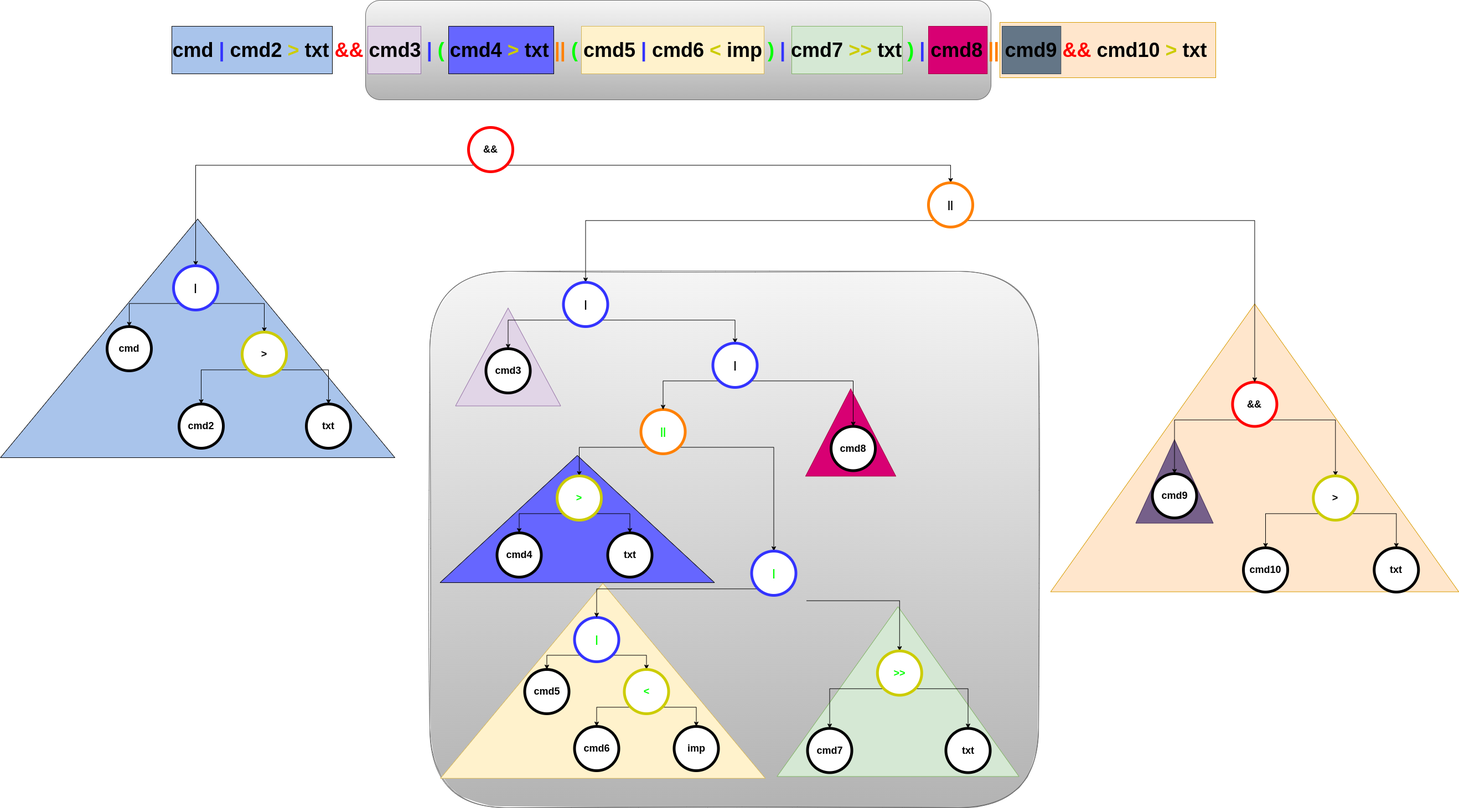
loundor/minishell keeps this draw.io diagram as img/bt.png. Above is the earlier version. Source tidied: cells renumbered, new cells last; positions are measured from the earlier drawing's top-left corner, leaving out a move shared by most shapes.
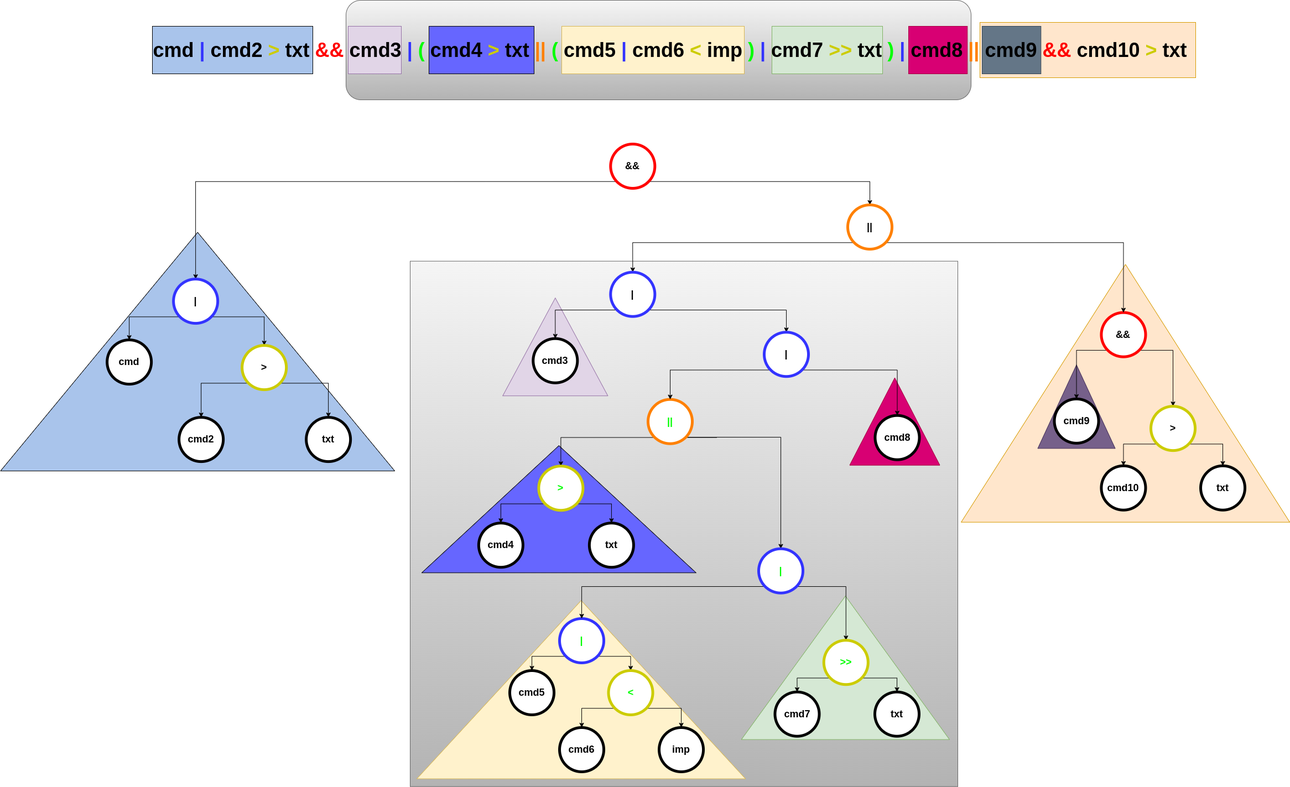
The same file after the commit.

Diff of the diagram source:
```diff
@@ -5,54 +5,54 @@
     <mxCell id="2" style="triangle;whiteSpace=wrap;html=1;fontSize=36;strokeColor=#d79b00;strokeWidth=1;fillColor=#ffe6cc;rotation=-90;rounded=0;sketch=0;" parent="1" vertex="1">
-      <mxGeometry x="1865.2" y="440.7" width="520.5" height="737.4" as="geometry" />
+      <mxGeometry x="1805" y="373.6" width="466.2" height="594" as="geometry" />
     </mxCell>
     <mxCell id="3" style="rounded=0;whiteSpace=wrap;html=1;fontSize=36;strokeColor=#d79b00;strokeWidth=1;fillColor=#ffe6cc;" parent="1" vertex="1">
-      <mxGeometry x="1665" y="40" width="390" height="100" as="geometry" />
+      <mxGeometry x="1775" width="390" height="100" as="geometry" />
     </mxCell>
     <mxCell id="4" style="rounded=1;whiteSpace=wrap;html=1;fontSize=36;strokeColor=#666666;strokeWidth=1;fillColor=#f5f5f5;gradientColor=#b3b3b3;" parent="1" vertex="1">
-      <mxGeometry x="519" width="1130" height="180" as="geometry" />
+      <mxGeometry x="629" y="-40" width="1130" height="180" as="geometry" />
     </mxCell>
-    <mxCell id="5" style="rounded=1;whiteSpace=wrap;html=1;fontSize=36;strokeColor=#666666;strokeWidth=1;fillColor=#f5f5f5;gradientColor=#b3b3b3;glass=0;shadow=0;sketch=1;" parent="1" vertex="1">
-      <mxGeometry x="635" y="490" width="1100" height="970" as="geometry" />
+    <mxCell id="5" style="rounded=0;whiteSpace=wrap;html=1;fontSize=36;strokeColor=#666666;strokeWidth=1;fillColor=#f5f5f5;gradientColor=#b3b3b3;glass=0;shadow=0;sketch=0;" parent="1" vertex="1">
+      <mxGeometry x="745" y="431.7" width="990" height="950" as="geometry" />
     </mxCell>
     <mxCell id="6" style="triangle;whiteSpace=wrap;html=1;fontSize=36;fontColor=#ffffff;strokeColor=#432D57;strokeWidth=1;fillColor=#76608a;rotation=-90;" parent="1" vertex="1">
-      <mxGeometry x="1905" y="800" width="151" height="140" as="geometry" />
+      <mxGeometry x="1874" y="624.9" width="151" height="140" as="geometry" />
     </mxCell>
     <mxCell id="7" style="rounded=0;whiteSpace=wrap;html=1;fontSize=36;fontColor=#ffffff;strokeColor=#314354;strokeWidth=1;fillColor=#647687;" parent="1" vertex="1">
-      <mxGeometry x="1669" y="47" width="106.3" height="86" as="geometry" />
+      <mxGeometry x="1779" y="7" width="106.3" height="86" as="geometry" />
     </mxCell>
     <mxCell id="8" style="triangle;whiteSpace=wrap;html=1;fontSize=36;fontColor=#ffffff;strokeColor=#A50040;strokeWidth=1;fillColor=#d80073;rotation=-90;" parent="1" vertex="1">
-      <mxGeometry x="1316.5" y="700" width="158" height="163" as="geometry" />
+      <mxGeometry x="1542" y="640.2" width="158" height="163" as="geometry" />
     </mxCell>
     <mxCell id="9" style="rounded=0;whiteSpace=wrap;html=1;fontSize=36;strokeColor=#82b366;strokeWidth=1;fillColor=#d5e8d4;" parent="1" vertex="1">
-      <mxGeometry x="1289" y="47" width="200" height="86" as="geometry" />
+      <mxGeometry x="1399" y="7" width="200" height="86" as="geometry" />
     </mxCell>
     <mxCell id="10" style="triangle;whiteSpace=wrap;html=1;fontSize=36;strokeColor=#82b366;strokeWidth=1;fillColor=#d5e8d4;rotation=-90;" parent="1" vertex="1">
-      <mxGeometry x="1327.4" y="1031.4" width="307.1" height="437.1" as="geometry" />
+      <mxGeometry x="1402.1" y="978.8" width="259.5" height="376.2" as="geometry" />
     </mxCell>
     <mxCell id="11" style="rounded=0;whiteSpace=wrap;html=1;fontSize=36;strokeColor=#d6b656;strokeWidth=1;fillColor=#fff2cc;" parent="1" vertex="1">
-      <mxGeometry x="909" y="47" width="330" height="86" as="geometry" />
+      <mxGeometry x="1019" y="7" width="330" height="86" as="geometry" />
     </mxCell>
     <mxCell id="12" style="triangle;whiteSpace=wrap;html=1;fontSize=36;strokeColor=#d6b656;strokeWidth=1;fillColor=#fff2cc;rotation=-90;" parent="1" vertex="1">
-      <mxGeometry x="771.5" y="937.1" width="352.6" height="586.9" as="geometry" />
+      <mxGeometry x="893" y="909.4" width="322.3" height="594.3" as="geometry" />
     </mxCell>
     <mxCell id="13" style="rounded=0;whiteSpace=wrap;html=1;fontSize=36;strokeColor=#9673a6;strokeWidth=1;fillColor=#e1d5e7;" parent="1" vertex="1">
-      <mxGeometry x="523" y="47" width="96" height="86" as="geometry" />
+      <mxGeometry x="633" y="7" width="96" height="86" as="geometry" />
     </mxCell>
     <mxCell id="14" style="triangle;whiteSpace=wrap;html=1;fontSize=36;strokeColor=#9673a6;strokeWidth=1;fillColor=#e1d5e7;rotation=-90;" parent="1" vertex="1">
-      <mxGeometry x="688" y="550" width="177" height="190" as="geometry" />
+      <mxGeometry x="918.8" y="491.7" width="177" height="190" as="geometry" />
     </mxCell>
     <mxCell id="15" style="rounded=0;whiteSpace=wrap;html=1;fontSize=36;fontColor=#00FF00;strokeColor=#000000;strokeWidth=1;fillColor=#6666FF;" parent="1" vertex="1">
-      <mxGeometry x="669" y="47" width="190" height="86" as="geometry" />
+      <mxGeometry x="779" y="7" width="190" height="86" as="geometry" />
     </mxCell>
     <mxCell id="16" style="triangle;whiteSpace=wrap;html=1;fontSize=36;fontColor=#00FF00;strokeColor=#000000;strokeWidth=1;fillColor=#6666FF;rotation=-90;" parent="1" vertex="1">
-      <mxGeometry x="786.5" y="690" width="230" height="496" as="geometry" />
+      <mxGeometry x="898.9" y="632.2" width="230" height="496" as="geometry" />
     </mxCell>
     <mxCell id="17" style="triangle;whiteSpace=wrap;html=1;fontSize=36;fontColor=#00FF00;strokeColor=#000000;strokeWidth=1;fillColor=#A9C4EB;rotation=-90;" parent="1" vertex="1">
-      <mxGeometry x="-0.1" y="254.9" width="431.5" height="712.8" as="geometry" />
+      <mxGeometry x="145" y="239" width="431.5" height="712.8" as="geometry" />
     </mxCell>
     <mxCell id="18" style="rounded=0;whiteSpace=wrap;html=1;fontSize=36;fontColor=#ffffff;strokeColor=#A50040;strokeWidth=1;fillColor=#d80073;" parent="1" vertex="1">
-      <mxGeometry x="1536" y="47" width="106.3" height="86" as="geometry" />
+      <mxGeometry x="1646" y="7" width="106.3" height="86" as="geometry" />
     </mxCell>
     <mxCell id="19" style="rounded=0;whiteSpace=wrap;html=1;fontSize=36;fontColor=#00FF00;strokeColor=#000000;strokeWidth=1;fillColor=#A9C4EB;" parent="1" vertex="1">
-      <mxGeometry x="169" y="47" width="290" height="86" as="geometry" />
+      <mxGeometry x="279" y="7" width="290" height="86" as="geometry" />
     </mxCell>
@@ -65,6 +65,6 @@
     <mxCell id="22" value="&lt;font style=&quot;font-size: 18px;&quot;&gt;&lt;b&gt;&amp;amp;&amp;amp;&lt;/b&gt;&lt;/font&gt;" style="ellipse;whiteSpace=wrap;html=1;strokeWidth=5;strokeColor=#FF0000;" parent="1" vertex="1">
-      <mxGeometry x="705" y="230" width="80" height="80" as="geometry" />
+      <mxGeometry x="1107.3" y="220" width="80" height="80" as="geometry" />
     </mxCell>
     <mxCell id="23" value="&lt;b&gt;&lt;font style=&quot;font-size: 36px;&quot;&gt;cmd &lt;font style=&quot;&quot; color=&quot;#3333ff&quot;&gt;|&lt;/font&gt; cmd2 &lt;font style=&quot;&quot; color=&quot;#cccc00&quot;&gt;&amp;gt;&lt;/font&gt; txt &lt;font style=&quot;&quot; color=&quot;#ff0000&quot;&gt;&amp;amp;&amp;amp;&lt;/font&gt; cmd3 &lt;font style=&quot;&quot; color=&quot;#3333ff&quot;&gt;|&lt;/font&gt; &lt;font style=&quot;&quot; color=&quot;#00ff00&quot;&gt;(&lt;/font&gt; cmd4 &lt;font style=&quot;&quot; color=&quot;#cccc00&quot;&gt;&amp;gt;&lt;/font&gt; txt &lt;font style=&quot;&quot; color=&quot;#ff8000&quot;&gt;||&lt;/font&gt; &lt;font style=&quot;&quot; color=&quot;#00ff00&quot;&gt;(&amp;nbsp;&lt;/font&gt;cmd5 &lt;font style=&quot;&quot; color=&quot;#3333ff&quot;&gt;|&lt;/font&gt; cmd6 &lt;font style=&quot;&quot; color=&quot;#cccc00&quot;&gt;&amp;lt;&lt;/font&gt; imp &lt;font style=&quot;&quot; color=&quot;#00ff00&quot;&gt;)&lt;/font&gt; &lt;font style=&quot;&quot; color=&quot;#3333ff&quot;&gt;|&lt;/font&gt; cmd7 &lt;font style=&quot;&quot; color=&quot;#cccc00&quot;&gt;&amp;gt;&amp;gt;&lt;/font&gt; txt&amp;nbsp;&lt;font style=&quot;&quot; color=&quot;#00ff00&quot;&gt;)&lt;/font&gt; &lt;font style=&quot;&quot; color=&quot;#3333ff&quot;&gt;|&lt;/font&gt; cmd8 &lt;font style=&quot;&quot; color=&quot;#ff8000&quot;&gt;||&lt;/font&gt; cmd9 &lt;font style=&quot;&quot; color=&quot;#ff0000&quot;&gt;&amp;amp;&amp;amp;&lt;/font&gt; cmd10 &lt;font style=&quot;&quot; color=&quot;#cccc00&quot;&gt;&amp;gt;&lt;/font&gt; txt&lt;/font&gt;&lt;/b&gt;" style="text;html=1;strokeColor=none;fillColor=none;align=center;verticalAlign=middle;whiteSpace=wrap;rounded=0;" parent="1" vertex="1">
-      <mxGeometry x="105" y="60" width="2000" height="60" as="geometry" />
+      <mxGeometry x="215" y="20" width="2000" height="60" as="geometry" />
     </mxCell>
@@ -77,3 +77,3 @@
     <mxCell id="26" value="&lt;font style=&quot;font-size: 18px;&quot;&gt;&lt;b&gt;&amp;amp;&amp;amp;&lt;/b&gt;&lt;/font&gt;" style="ellipse;whiteSpace=wrap;html=1;strokeWidth=5;strokeColor=#FF0000;" parent="1" vertex="1">
-      <mxGeometry x="2085.4" y="690.5" width="80" height="80" as="geometry" />
+      <mxGeometry x="1994.4" y="524.6" width="80" height="80" as="geometry" />
     </mxCell>
@@ -82,7 +82,9 @@
     </mxCell>
-    <mxCell id="28" style="edgeStyle=orthogonalEdgeStyle;rounded=0;jettySize=auto;html=1;exitX=0;exitY=1;exitDx=0;exitDy=0;entryX=0.5;entryY=0;entryDx=0;entryDy=0;" parent="1" edge="1" source="29" target="50">
-      <mxGeometry relative="1" as="geometry" />
+    <mxCell id="28" style="edgeStyle=orthogonalEdgeStyle;rounded=0;jettySize=auto;html=1;exitX=0;exitY=1;exitDx=0;exitDy=0;entryX=0.5;entryY=0;entryDx=0;entryDy=0;" parent="1" edge="1" target="50">
+      <mxGeometry relative="1" as="geometry">
+        <mxPoint x="1299.1" y="750.5" as="sourcePoint" />
+      </mxGeometry>
     </mxCell>
     <mxCell id="29" value="&lt;font color=&quot;#00ff00&quot; style=&quot;font-size: 18px;&quot;&gt;&lt;b&gt;||&lt;/b&gt;&lt;/font&gt;" style="ellipse;whiteSpace=wrap;html=1;strokeColor=#FF8000;strokeWidth=5;" parent="1" vertex="1">
-      <mxGeometry x="1016.5" y="740" width="80" height="80" as="geometry" />
+      <mxGeometry x="1175" y="681.7" width="80" height="80" as="geometry" />
     </mxCell>
@@ -104,3 +106,3 @@
     <mxCell id="35" value="&lt;font style=&quot;font-size: 18px;&quot;&gt;&lt;b&gt;&lt;font color=&quot;#00ff00&quot;&gt;|&lt;/font&gt;&lt;br&gt;&lt;/b&gt;&lt;/font&gt;" style="ellipse;whiteSpace=wrap;html=1;strokeColor=#3333FF;strokeWidth=5;" parent="1" vertex="1">
-      <mxGeometry x="896.5" y="1116" width="80" height="80" as="geometry" />
+      <mxGeometry x="1015" y="1078" width="80" height="80" as="geometry" />
     </mxCell>
@@ -109,9 +111,7 @@
     </mxCell>
-    <mxCell id="37" style="edgeStyle=orthogonalEdgeStyle;rounded=0;jettySize=auto;html=1;exitX=1;exitY=1;exitDx=0;exitDy=0;" parent="1" edge="1" target="62">
-      <mxGeometry relative="1" as="geometry">
-        <mxPoint x="1315.8" y="1085.7" as="sourcePoint" />
-      </mxGeometry>
-    </mxCell>
+    <mxCell id="78" style="edgeStyle=orthogonalEdgeStyle;rounded=0;jettySize=auto;html=1;exitX=1;exitY=1;exitDx=0;exitDy=0;entryX=0.5;entryY=0;entryDx=0;entryDy=0;" parent="1" edge="1" source="38" target="62">
+      <mxGeometry relative="1" as="geometry" />
+    </mxCell>
     <mxCell id="38" value="&lt;font style=&quot;font-size: 18px;&quot;&gt;&lt;b&gt;&lt;font color=&quot;#00ff00&quot;&gt;|&lt;/font&gt;&lt;br&gt;&lt;/b&gt;&lt;/font&gt;" style="ellipse;whiteSpace=wrap;html=1;strokeColor=#3333FF;strokeWidth=5;" parent="1" vertex="1">
-      <mxGeometry x="1216.5" y="996" width="80" height="80" as="geometry" />
+      <mxGeometry x="1375" y="951.7" width="80" height="80" as="geometry" />
     </mxCell>
@@ -124,3 +124,3 @@
     <mxCell id="41" value="&lt;font style=&quot;font-size: 18px;&quot;&gt;&lt;b&gt;|&lt;br&gt;&lt;/b&gt;&lt;/font&gt;" style="ellipse;whiteSpace=wrap;html=1;strokeColor=#3333FF;strokeWidth=5;" parent="1" vertex="1">
-      <mxGeometry x="172" y="480" width="80" height="80" as="geometry" />
+      <mxGeometry x="317.1" y="464.1" width="80" height="80" as="geometry" />
     </mxCell>
@@ -133,3 +133,3 @@
     <mxCell id="44" value="&lt;font style=&quot;font-size: 18px;&quot;&gt;&lt;b&gt;|&lt;br&gt;&lt;/b&gt;&lt;/font&gt;" style="ellipse;whiteSpace=wrap;html=1;strokeColor=#3333FF;strokeWidth=5;" parent="1" vertex="1">
-      <mxGeometry x="876.5" y="510" width="80" height="80" as="geometry" />
+      <mxGeometry x="1107.3" y="451.7" width="80" height="80" as="geometry" />
     </mxCell>
@@ -142,3 +142,3 @@
     <mxCell id="47" value="&lt;font style=&quot;font-size: 18px;&quot;&gt;&lt;b&gt;|&lt;br&gt;&lt;/b&gt;&lt;/font&gt;" style="ellipse;whiteSpace=wrap;html=1;strokeColor=#3333FF;strokeWidth=5;" parent="1" vertex="1">
-      <mxGeometry x="1146.5" y="620" width="80" height="80" as="geometry" />
+      <mxGeometry x="1385" y="560.2" width="80" height="80" as="geometry" />
     </mxCell>
@@ -151,3 +151,3 @@
     <mxCell id="50" value="&lt;font style=&quot;font-size: 18px;&quot;&gt;&lt;b&gt;&lt;font color=&quot;#00ff00&quot;&gt;&amp;gt;&lt;/font&gt;&lt;br&gt;&lt;/b&gt;&lt;/font&gt;" style="ellipse;whiteSpace=wrap;html=1;strokeColor=#CCCC00;strokeWidth=5;" parent="1" vertex="1">
-      <mxGeometry x="865" y="860" width="80" height="80" as="geometry" />
+      <mxGeometry x="977.4" y="802.2" width="80" height="80" as="geometry" />
     </mxCell>
@@ -160,3 +160,3 @@
     <mxCell id="53" value="&lt;font style=&quot;font-size: 18px;&quot;&gt;&lt;b&gt;&amp;gt;&lt;br&gt;&lt;/b&gt;&lt;/font&gt;" style="ellipse;whiteSpace=wrap;html=1;strokeColor=#CCCC00;strokeWidth=5;" parent="1" vertex="1">
-      <mxGeometry x="296" y="600" width="80" height="80" as="geometry" />
+      <mxGeometry x="441.1" y="584.1" width="80" height="80" as="geometry" />
     </mxCell>
@@ -169,3 +169,3 @@
     <mxCell id="56" value="&lt;font style=&quot;font-size: 18px;&quot;&gt;&lt;b&gt;&amp;gt;&lt;br&gt;&lt;/b&gt;&lt;/font&gt;" style="ellipse;whiteSpace=wrap;html=1;strokeColor=#CCCC00;strokeWidth=5;" parent="1" vertex="1">
-      <mxGeometry x="2231.3" y="860" width="80" height="80" as="geometry" />
+      <mxGeometry x="2084" y="694.1" width="80" height="80" as="geometry" />
     </mxCell>
@@ -178,3 +178,3 @@
     <mxCell id="59" value="&lt;font style=&quot;font-size: 18px;&quot;&gt;&lt;b&gt;&lt;font color=&quot;#00ff00&quot;&gt;&amp;lt;&lt;/font&gt;&lt;br&gt;&lt;/b&gt;&lt;/font&gt;" style="ellipse;whiteSpace=wrap;html=1;strokeColor=#CCCC00;strokeWidth=5;" parent="1" vertex="1">
-      <mxGeometry x="986.5" y="1210" width="80" height="80" as="geometry" />
+      <mxGeometry x="1103.5" y="1172" width="80" height="80" as="geometry" />
     </mxCell>
@@ -187,48 +187,48 @@
     <mxCell id="62" value="&lt;font style=&quot;font-size: 18px;&quot;&gt;&lt;b&gt;&lt;font color=&quot;#00ff00&quot;&gt;&amp;gt;&amp;gt;&lt;/font&gt;&lt;br&gt;&lt;/b&gt;&lt;/font&gt;" style="ellipse;whiteSpace=wrap;html=1;strokeColor=#CCCC00;strokeWidth=5;" parent="1" vertex="1">
-      <mxGeometry x="1443.8" y="1176.5" width="80" height="80" as="geometry" />
+      <mxGeometry x="1492.8" y="1117.2" width="80" height="80" as="geometry" />
     </mxCell>
     <mxCell id="63" value="&lt;font style=&quot;font-size: 18px;&quot;&gt;&lt;b&gt;cmd&lt;br&gt;&lt;/b&gt;&lt;/font&gt;" style="ellipse;whiteSpace=wrap;html=1;strokeColor=#000000;strokeWidth=5;" parent="1" vertex="1">
-      <mxGeometry x="52" y="590" width="80" height="80" as="geometry" />
+      <mxGeometry x="197.1" y="574.1" width="80" height="80" as="geometry" />
     </mxCell>
     <mxCell id="64" value="&lt;font style=&quot;font-size: 18px;&quot;&gt;&lt;b&gt;txt&lt;br&gt;&lt;/b&gt;&lt;/font&gt;" style="ellipse;whiteSpace=wrap;html=1;strokeColor=#000000;strokeWidth=5;" parent="1" vertex="1">
-      <mxGeometry x="412" y="730" width="80" height="80" as="geometry" />
+      <mxGeometry x="557.1" y="714.1" width="80" height="80" as="geometry" />
     </mxCell>
     <mxCell id="65" value="&lt;font style=&quot;font-size: 18px;&quot;&gt;&lt;b&gt;cmd3&lt;br&gt;&lt;/b&gt;&lt;/font&gt;" style="ellipse;whiteSpace=wrap;html=1;strokeColor=#000000;strokeWidth=5;" parent="1" vertex="1">
-      <mxGeometry x="736.5" y="630" width="80" height="80" as="geometry" />
+      <mxGeometry x="967.3" y="571.7" width="80" height="80" as="geometry" />
     </mxCell>
     <mxCell id="66" value="&lt;font style=&quot;font-size: 18px;&quot;&gt;&lt;b&gt;cmd4&lt;br&gt;&lt;/b&gt;&lt;/font&gt;" style="ellipse;whiteSpace=wrap;html=1;strokeColor=#000000;strokeWidth=5;" parent="1" vertex="1">
-      <mxGeometry x="756.5" y="963" width="80" height="80" as="geometry" />
+      <mxGeometry x="868.9" y="905.2" width="80" height="80" as="geometry" />
     </mxCell>
     <mxCell id="67" value="&lt;font style=&quot;font-size: 18px;&quot;&gt;&lt;b&gt;cmd5&lt;br&gt;&lt;/b&gt;&lt;/font&gt;" style="ellipse;whiteSpace=wrap;html=1;strokeColor=#000000;strokeWidth=5;" parent="1" vertex="1">
-      <mxGeometry x="806.5" y="1210" width="80" height="80" as="geometry" />
+      <mxGeometry x="925" y="1172" width="80" height="80" as="geometry" />
     </mxCell>
     <mxCell id="68" value="&lt;font style=&quot;font-size: 18px;&quot;&gt;&lt;b&gt;cmd6&lt;br&gt;&lt;/b&gt;&lt;/font&gt;" style="ellipse;whiteSpace=wrap;html=1;strokeColor=#000000;strokeWidth=5;" parent="1" vertex="1">
-      <mxGeometry x="896.5" y="1313" width="80" height="80" as="geometry" />
+      <mxGeometry x="1015" y="1275" width="80" height="80" as="geometry" />
     </mxCell>
     <mxCell id="69" value="&lt;font style=&quot;font-size: 18px;&quot;&gt;&lt;b&gt;cmd7&lt;br&gt;&lt;/b&gt;&lt;/font&gt;" style="ellipse;whiteSpace=wrap;html=1;strokeColor=#000000;strokeWidth=5;" parent="1" vertex="1">
-      <mxGeometry x="1317.5" y="1316.5" width="80" height="80" as="geometry" />
+      <mxGeometry x="1404.5" y="1210.7" width="80" height="80" as="geometry" />
     </mxCell>
     <mxCell id="70" value="&lt;font style=&quot;font-size: 18px;&quot;&gt;&lt;b&gt;cmd8&lt;br&gt;&lt;/b&gt;&lt;/font&gt;" style="ellipse;whiteSpace=wrap;html=1;strokeColor=#000000;strokeWidth=5;" parent="1" vertex="1">
-      <mxGeometry x="1360" y="770.5" width="80" height="80" as="geometry" />
+      <mxGeometry x="1585.5" y="710.7" width="80" height="80" as="geometry" />
     </mxCell>
     <mxCell id="71" value="&lt;font style=&quot;font-size: 18px;&quot;&gt;&lt;b&gt;cmd9&lt;br&gt;&lt;/b&gt;&lt;/font&gt;" style="ellipse;whiteSpace=wrap;html=1;strokeColor=#000000;strokeWidth=5;" parent="1" vertex="1">
-      <mxGeometry x="1940.5" y="856" width="80" height="80" as="geometry" />
+      <mxGeometry x="1909.5" y="680.9" width="80" height="80" as="geometry" />
     </mxCell>
     <mxCell id="72" value="&lt;font style=&quot;font-size: 18px;&quot;&gt;&lt;b&gt;cmd10&lt;br&gt;&lt;/b&gt;&lt;/font&gt;" style="ellipse;whiteSpace=wrap;html=1;strokeColor=#000000;strokeWidth=5;" parent="1" vertex="1">
-      <mxGeometry x="2105" y="990" width="80" height="80" as="geometry" />
+      <mxGeometry x="1994.4" y="801.8" width="80" height="80" as="geometry" />
     </mxCell>
     <mxCell id="73" value="&lt;font style=&quot;font-size: 18px;&quot;&gt;&lt;b&gt;cmd2&lt;br&gt;&lt;/b&gt;&lt;/font&gt;" style="ellipse;whiteSpace=wrap;html=1;strokeColor=#000000;strokeWidth=5;" parent="1" vertex="1">
-      <mxGeometry x="182" y="730" width="80" height="80" as="geometry" />
+      <mxGeometry x="327.1" y="714.1" width="80" height="80" as="geometry" />
     </mxCell>
     <mxCell id="74" value="&lt;font style=&quot;font-size: 18px;&quot;&gt;&lt;b&gt;txt&lt;br&gt;&lt;/b&gt;&lt;/font&gt;" style="ellipse;whiteSpace=wrap;html=1;strokeColor=#000000;strokeWidth=5;" parent="1" vertex="1">
-      <mxGeometry x="956.5" y="963" width="80" height="80" as="geometry" />
+      <mxGeometry x="1068.9" y="905.2" width="80" height="80" as="geometry" />
     </mxCell>
     <mxCell id="75" value="&lt;font style=&quot;font-size: 18px;&quot;&gt;&lt;b&gt;imp&lt;br&gt;&lt;/b&gt;&lt;/font&gt;" style="ellipse;whiteSpace=wrap;html=1;strokeColor=#000000;strokeWidth=5;" parent="1" vertex="1">
-      <mxGeometry x="1076.5" y="1313" width="80" height="80" as="geometry" />
+      <mxGeometry x="1195" y="1275" width="80" height="80" as="geometry" />
     </mxCell>
     <mxCell id="76" value="&lt;font style=&quot;font-size: 18px;&quot;&gt;&lt;b&gt;txt&lt;br&gt;&lt;/b&gt;&lt;/font&gt;" style="ellipse;whiteSpace=wrap;html=1;strokeColor=#000000;strokeWidth=5;" parent="1" vertex="1">
-      <mxGeometry x="1567.5" y="1316.5" width="80" height="80" as="geometry" />
+      <mxGeometry x="1585" y="1210.7" width="80" height="80" as="geometry" />
     </mxCell>
     <mxCell id="77" value="&lt;font style=&quot;font-size: 18px;&quot;&gt;&lt;b&gt;txt&lt;br&gt;&lt;/b&gt;&lt;/font&gt;" style="ellipse;whiteSpace=wrap;html=1;strokeColor=#000000;strokeWidth=5;" parent="1" vertex="1">
-      <mxGeometry x="2341.3" y="990" width="80" height="80" as="geometry" />
+      <mxGeometry x="2174" y="801.8" width="80" height="80" as="geometry" />
     </mxCell>
```
